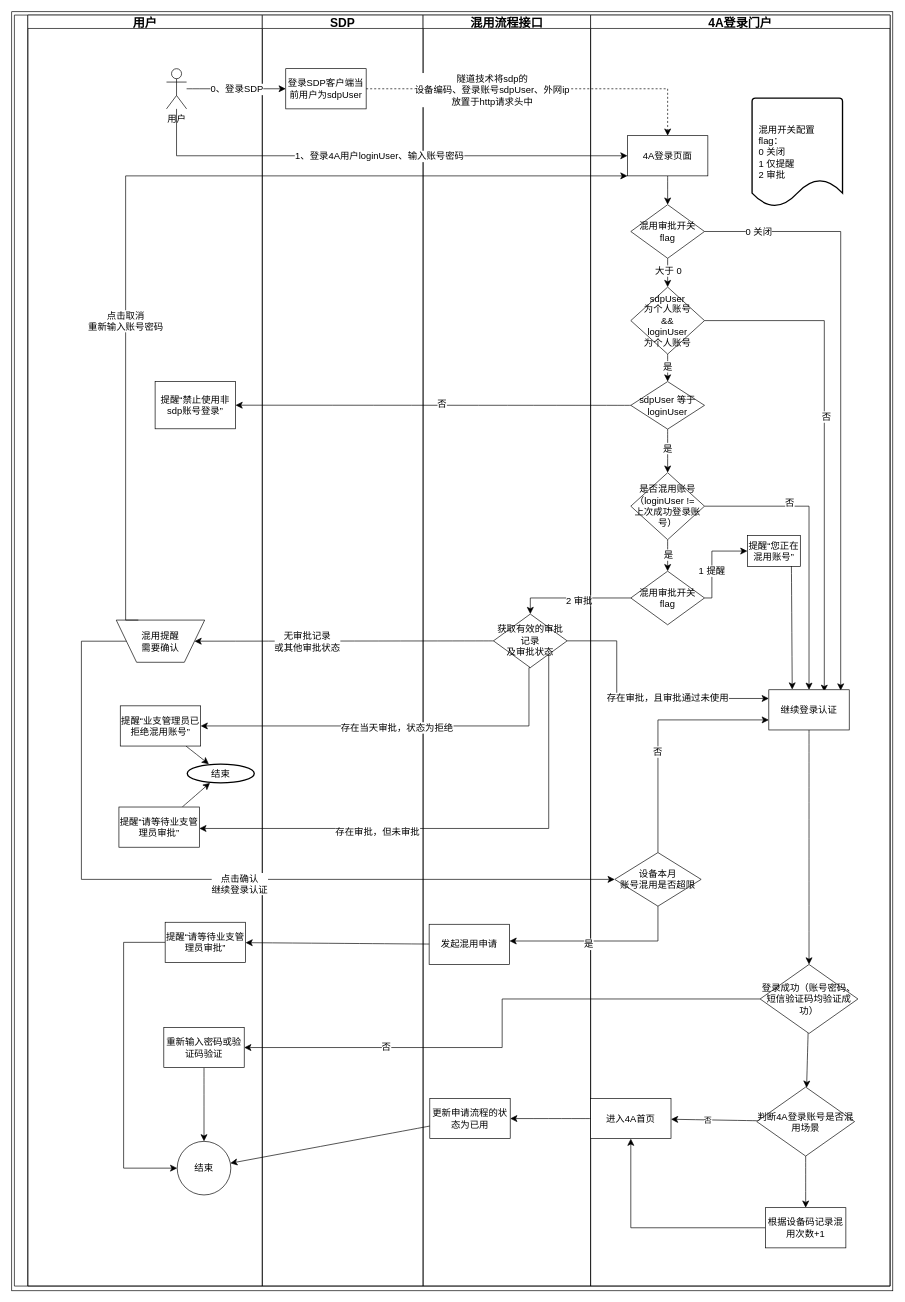
158698706/tt4a keeps this draw.io diagram as page "账号混用泳道图" (18 of 22) of 系统功能流程图/铁塔4A2024.drawio. Above is the earlier version. Source tidied: cells renumbered, new cells numbered last; positions are measured from the earlier drawing's top-left corner, leaving out a move shared by most shapes. Both pictures are drawn from the tidied source at 67%, with x=0, y=0 at pixel (11, 11).
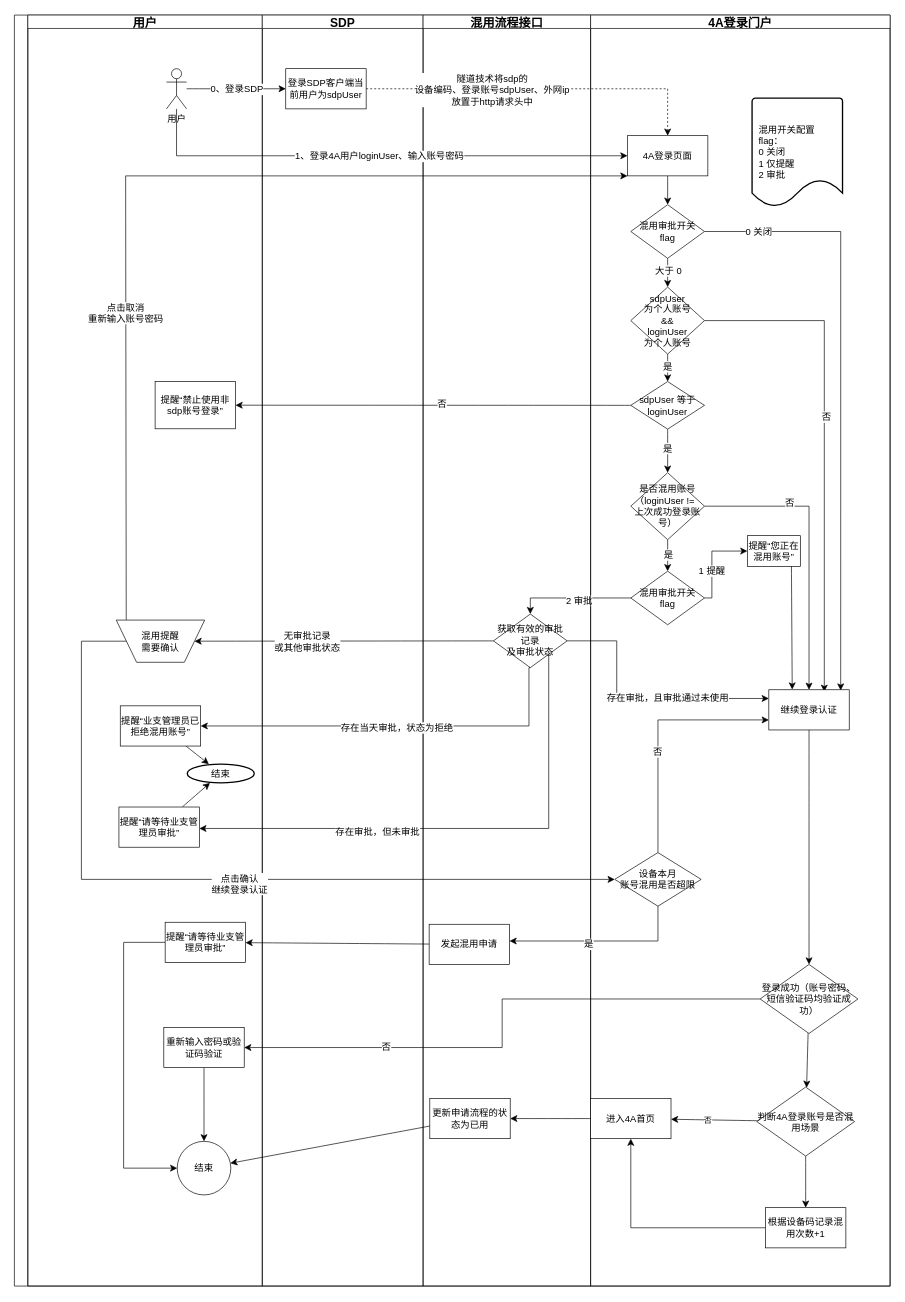
After the change.

The change refers to these unchanged cells:
```xml
<mxCell id="3" style="swimlane;startSize=20;horizontal=0;" parent="1" vertex="1">
  <mxGeometry x="4" y="5" width="1307" height="1897" as="geometry" />
</mxCell>
<mxCell id="6" value="混用提醒&lt;div&gt;需要确认&lt;/div&gt;" style="verticalLabelPosition=middle;verticalAlign=middle;html=1;shape=trapezoid;perimeter=trapezoidPerimeter;whiteSpace=wrap;size=0.23;arcSize=10;flipV=1;labelPosition=center;align=center;fontSize=14;" parent="4" vertex="1">
  <mxGeometry x="132" y="903" width="132" height="63" as="geometry" />
</mxCell>
<mxCell id="38" value="4A登录页面" style="whiteSpace=wrap;html=1;verticalAlign=middle;fontSize=14;" parent="36" vertex="1">
  <mxGeometry x="55" y="180" width="120" height="60" as="geometry" />
</mxCell>
```

Change to the diagram source:
```diff
@@
-    <mxCell id="2" style="rounded=0;whiteSpace=wrap;html=1;" parent="1" vertex="1">
-      <mxGeometry width="1315" height="1909" as="geometry" />
-    </mxCell>
@@
-    <mxCell id="81" style="edgeStyle=elbowEdgeStyle;rounded=0;jettySize=auto;html=1;entryX=0;entryY=1;entryDx=0;entryDy=0;fontSize=14;startSize=8;endSize=8;exitX=0.25;exitY=0;exitDx=0;exitDy=0;" parent="3" edge="1" source="6" target="38">
+    <mxCell id="81" style="edgeStyle=elbowEdgeStyle;rounded=0;jettySize=auto;html=1;entryX=0;entryY=1;entryDx=0;entryDy=0;fontSize=14;startSize=8;endSize=8;exitX=0.113;exitY=1.006;exitDx=0;exitDy=0;exitPerimeter=0;" parent="3" edge="1" source="6" target="38">
       <mxGeometry relative="1" as="geometry">
         <Array as="points">
           <mxPoint x="166" y="603" />
         </Array>
       </mxGeometry>
     </mxCell>
```
